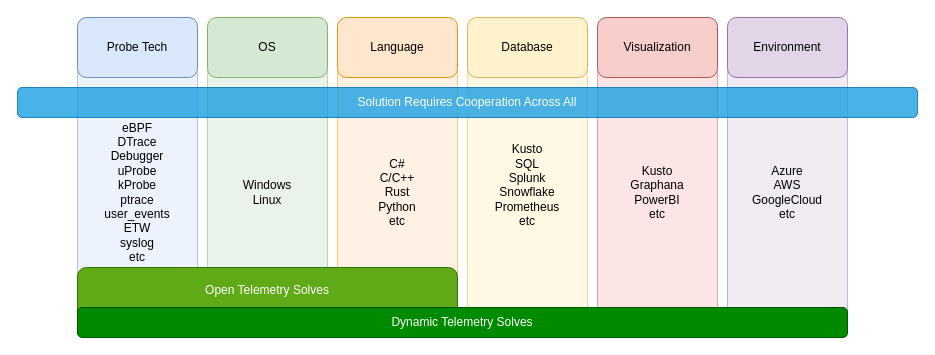
Earlier version of the draw.io diagram docs/Architecture/Diagrams/ChallengeMatrix.drawio (microsoft/DynamicTelemetry). Source tidied: cells renumbered, new cells numbered last; positions are measured from the earlier drawing's top-left corner, leaving out a move shared by most shapes. Both pictures are drawn from the tidied source at 100%, with x=0, y=0 at pixel (17, 17).
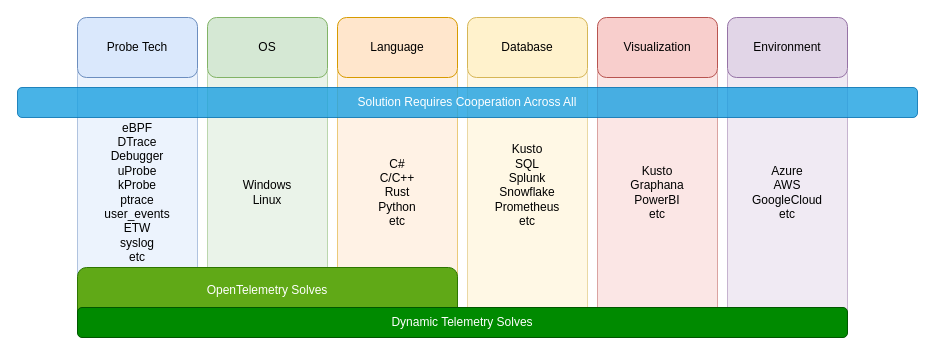
Above is the later version.

Diff of the diagram source:
```diff
@@
 <mxGraphModel>
   <root>
     <mxCell id="0" />
     <mxCell id="1" parent="0" />
     <mxCell id="2" value="&lt;div&gt;&lt;span style=&quot;background-color: transparent; color: light-dark(rgb(0, 0, 0), rgb(255, 255, 255));&quot;&gt;eBPF&lt;/span&gt;&lt;br&gt;&lt;/div&gt;&lt;div&gt;DTrace&lt;/div&gt;&lt;div&gt;Debugger&lt;/div&gt;&lt;div&gt;uProbe&lt;/div&gt;&lt;div&gt;kProbe&lt;/div&gt;&lt;div&gt;ptrace&lt;/div&gt;&lt;div&gt;user_events&lt;/div&gt;&lt;div&gt;ETW&lt;/div&gt;&lt;div&gt;syslog&lt;/div&gt;&lt;div&gt;etc&lt;/div&gt;" style="rounded=1;whiteSpace=wrap;html=1;fillColor=#dae8fc;strokeColor=#6c8ebf;opacity=50;" parent="1" vertex="1">
       <mxGeometry x="60" y="40" width="120" height="270" as="geometry" />
     </mxCell>
     <mxCell id="3" value="Windows&lt;div&gt;Linux&lt;/div&gt;" style="rounded=1;whiteSpace=wrap;html=1;fillColor=#d5e8d4;strokeColor=#82b366;opacity=50;" parent="1" vertex="1">
       <mxGeometry x="190" y="40" width="120" height="270" as="geometry" />
     </mxCell>
     <mxCell id="4" value="C#&lt;div&gt;C/C++&lt;/div&gt;&lt;div&gt;Rust&lt;/div&gt;&lt;div&gt;Python&lt;/div&gt;&lt;div&gt;etc&lt;/div&gt;" style="rounded=1;whiteSpace=wrap;html=1;fillColor=#ffe6cc;strokeColor=#d79b00;opacity=50;" parent="1" vertex="1">
       <mxGeometry x="320" y="40" width="120" height="270" as="geometry" />
     </mxCell>
     <mxCell id="5" value="Kusto&lt;div&gt;SQL&lt;/div&gt;&lt;div&gt;Splunk&lt;/div&gt;&lt;div&gt;Snowflake&lt;/div&gt;&lt;div&gt;Prometheus&lt;/div&gt;&lt;div&gt;etc&lt;/div&gt;&lt;div&gt;&lt;br&gt;&lt;/div&gt;" style="rounded=1;whiteSpace=wrap;html=1;fillColor=#fff2cc;strokeColor=#d6b656;opacity=50;" parent="1" vertex="1">
       <mxGeometry x="450" y="40" width="120" height="270" as="geometry" />
     </mxCell>
     <mxCell id="6" value="Kusto&lt;div&gt;Graphana&lt;/div&gt;&lt;div&gt;PowerBI&lt;/div&gt;&lt;div&gt;etc&lt;/div&gt;" style="rounded=1;whiteSpace=wrap;html=1;fillColor=#f8cecc;strokeColor=#b85450;opacity=50;" parent="1" vertex="1">
       <mxGeometry x="580" y="40" width="120" height="270" as="geometry" />
     </mxCell>
     <mxCell id="7" value="Azure&lt;div&gt;AWS&lt;/div&gt;&lt;div&gt;GoogleCloud&lt;/div&gt;&lt;div&gt;etc&lt;/div&gt;" style="rounded=1;whiteSpace=wrap;html=1;fillColor=#e1d5e7;strokeColor=#9673a6;opacity=50;" parent="1" vertex="1">
       <mxGeometry x="710" y="40" width="120" height="270" as="geometry" />
     </mxCell>
     <mxCell id="8" value="Solution Requires Cooperation Across All" style="rounded=1;whiteSpace=wrap;html=1;fillColor=#1ba1e2;fontColor=#ffffff;strokeColor=#006EAF;opacity=80;" parent="1" vertex="1">
       <mxGeometry y="70" width="900" height="30" as="geometry" />
     </mxCell>
     <mxCell id="9" value="Probe Tech" style="rounded=1;whiteSpace=wrap;html=1;fillColor=#dae8fc;strokeColor=#6c8ebf;" parent="1" vertex="1">
       <mxGeometry x="60" width="120" height="60" as="geometry" />
     </mxCell>
     <mxCell id="10" value="OS" style="rounded=1;whiteSpace=wrap;html=1;fillColor=#d5e8d4;strokeColor=#82b366;" parent="1" vertex="1">
       <mxGeometry x="190" width="120" height="60" as="geometry" />
     </mxCell>
     <mxCell id="11" value="Language" style="rounded=1;whiteSpace=wrap;html=1;fillColor=#ffe6cc;strokeColor=#d79b00;" parent="1" vertex="1">
       <mxGeometry x="320" width="120" height="60" as="geometry" />
     </mxCell>
     <mxCell id="12" value="Database" style="rounded=1;whiteSpace=wrap;html=1;fillColor=#fff2cc;strokeColor=#d6b656;" parent="1" vertex="1">
       <mxGeometry x="450" width="120" height="60" as="geometry" />
     </mxCell>
     <mxCell id="13" value="Visualization" style="rounded=1;whiteSpace=wrap;html=1;fillColor=#f8cecc;strokeColor=#b85450;" parent="1" vertex="1">
       <mxGeometry x="580" width="120" height="60" as="geometry" />
     </mxCell>
     <mxCell id="14" value="Environment" style="rounded=1;whiteSpace=wrap;html=1;fillColor=#e1d5e7;strokeColor=#9673a6;" parent="1" vertex="1">
       <mxGeometry x="710" width="120" height="60" as="geometry" />
     </mxCell>
-    <mxCell id="15" value="Open Telemetry Solves&lt;div&gt;&lt;br&gt;&lt;/div&gt;" style="rounded=1;whiteSpace=wrap;html=1;fillColor=#60a917;strokeColor=#2D7600;fontColor=#ffffff;" parent="1" vertex="1">
+    <mxCell id="15" value="OpenTelemetry Solves&lt;div&gt;&lt;br&gt;&lt;/div&gt;" style="rounded=1;whiteSpace=wrap;html=1;fillColor=#60a917;strokeColor=#2D7600;fontColor=#ffffff;" parent="1" vertex="1">
       <mxGeometry x="60" y="250" width="380" height="60" as="geometry" />
     </mxCell>
     <mxCell id="16" value="Dynamic Telemetry Solves" style="rounded=1;whiteSpace=wrap;html=1;fillColor=#008a00;fontColor=#ffffff;strokeColor=#005700;" parent="1" vertex="1">
       <mxGeometry x="60" y="290" width="770" height="30" as="geometry" />
     </mxCell>
   </root>
 </mxGraphModel>
```
